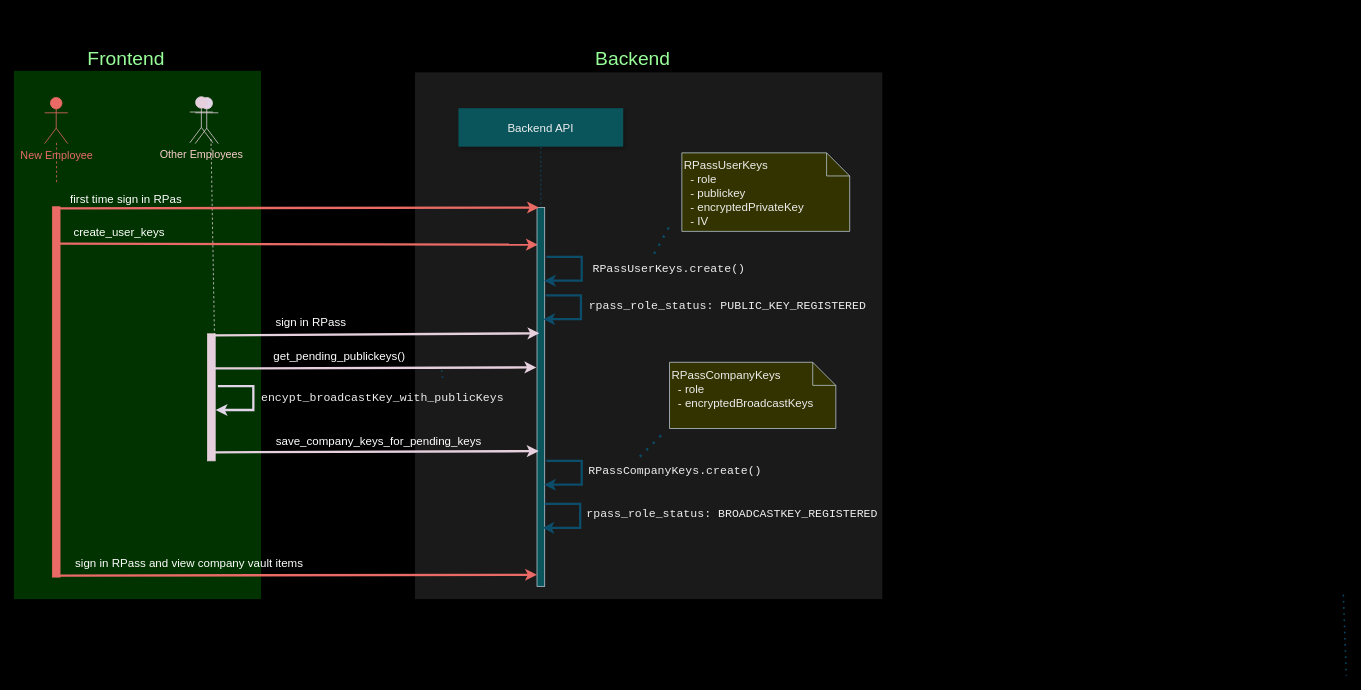
cxsun123/Spika-Android keeps this draw.io diagram as rpass_company_keys_generate.drawio. Above is the earlier version. Source tidied: cells renumbered, new cells numbered last; positions are measured from the earlier drawing's top-left corner, leaving out a move shared by most shapes. Both pictures are drawn from the tidied source at 77%, with x=0, y=0 at pixel (13, 13).
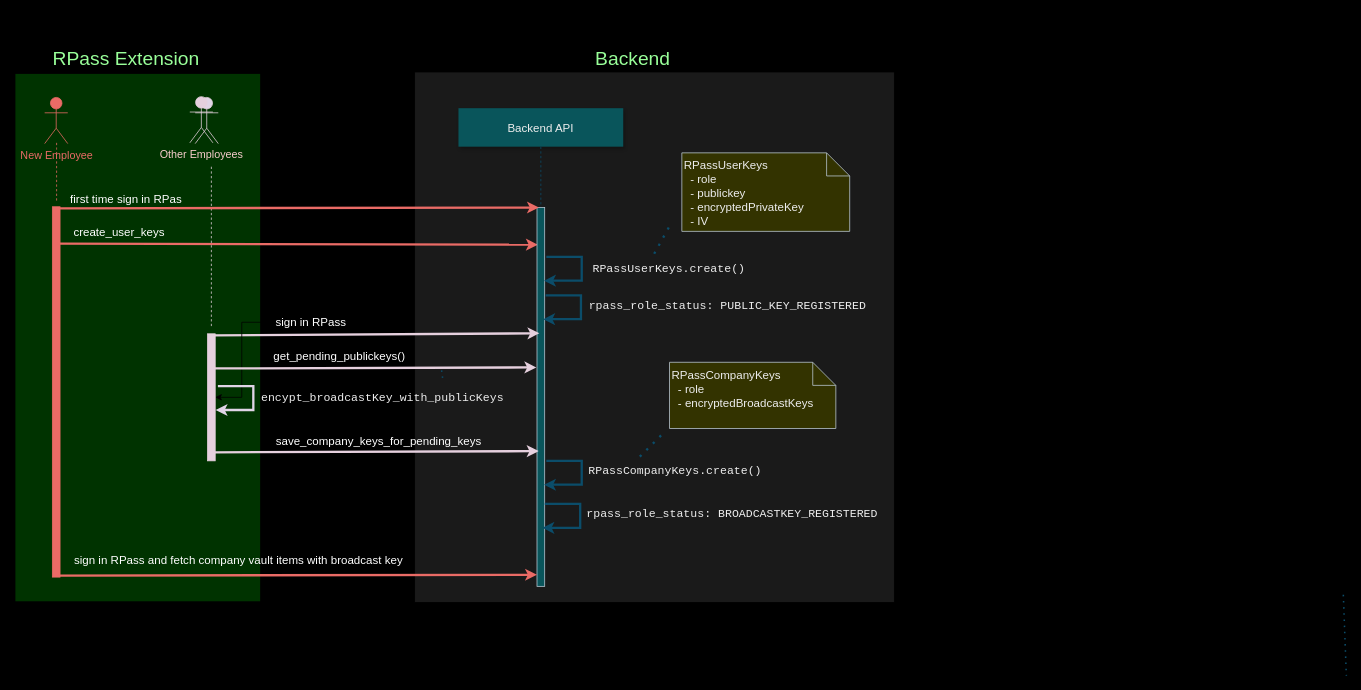
The same page after the edit.

The change refers to these unchanged cells:
```xml
<mxCell id="19" style="fillColor=#E6D0DE;strokeColor=#E6D0DE;fontSize=15;fontColor=#EEEEEE;labelBackgroundColor=none;" parent="1" vertex="1">
  <mxGeometry x="252" y="416" width="10" height="165" as="geometry" />
</mxCell>
<mxCell id="25" value="&lt;div style=&quot;font-size: 15px;&quot;&gt;&lt;pre style=&quot;text-align: right; font-size: 15px;&quot;&gt;&lt;font face=&quot;Helvetica&quot; color=&quot;#ffffff&quot;&gt;&lt;span style=&quot;white-space-collapse: collapse;&quot;&gt;sign in RPass&lt;/span&gt;&lt;/font&gt;&lt;/pre&gt;&lt;/div&gt;" style="text;html=1;align=center;verticalAlign=middle;points=[];strokeColor=none;fillColor=none;fontColor=#EEEEEE;labelBackgroundColor=none;fontSize=15;" parent="1" vertex="1">
  <mxGeometry x="331" y="371" width="110" height="60" as="geometry" />
</mxCell>
```

What changed in the source:
```diff
@@
     <mxCell id="2" style="rounded=0;whiteSpace=wrap;html=1;fillColor=#1A1A1A;" parent="1" vertex="1">
-      <mxGeometry x="521" y="76" width="608" height="685" as="geometry" />
+      <mxGeometry x="521" y="76" width="623" height="689" as="geometry" />
     </mxCell>
     <mxCell id="3" style="rounded=0;whiteSpace=wrap;html=1;fillColor=#003300;" parent="1" vertex="1">
-      <mxGeometry y="74" width="322" height="687" as="geometry" />
+      <mxGeometry x="2" y="78" width="319" height="686" as="geometry" />
     </mxCell>
@@
     <mxCell id="9" style="edgeStyle=elbowEdgeStyle;elbow=vertical;endArrow=none;dashed=1;strokeColor=#EA6B66;fontSize=15;fontColor=default;labelBackgroundColor=none;" parent="1" edge="1">
       <mxGeometry x="230" y="310" as="geometry">
         <mxPoint x="56" y="168" as="sourcePoint" />
-        <mxPoint x="56" y="221" as="targetPoint" />
+        <mxPoint x="56" y="244" as="targetPoint" />
         <Array as="points">
           <mxPoint x="56" y="181" />
         </Array>
       </mxGeometry>
     </mxCell>
@@
     <mxCell id="20" style="edgeStyle=none;endArrow=none;dashed=1;fontSize=15;fontColor=default;labelBackgroundColor=none;strokeColor=#E6D0DE;" parent="1" edge="1">
       <mxGeometry x="727.3" y="165" as="geometry">
-        <mxPoint x="256.5" y="163" as="sourcePoint" />
-        <mxPoint x="261" y="417" as="targetPoint" />
+        <mxPoint x="257" y="199" as="sourcePoint" />
+        <mxPoint x="257" y="406" as="targetPoint" />
       </mxGeometry>
     </mxCell>
-    <mxCell id="21" value="&lt;font color=&quot;#99ff99&quot; style=&quot;font-size: 25px;&quot;&gt;Frontend&lt;/font&gt;" style="text;html=1;align=center;verticalAlign=middle;strokeColor=none;fillColor=none;fontSize=25;" parent="1" vertex="1">
-      <mxGeometry x="86.5" y="36" width="118" height="42" as="geometry" />
+    <mxCell id="21" value="&lt;font color=&quot;#99ff99&quot; style=&quot;font-size: 25px;&quot;&gt;RPass Extension&lt;/font&gt;" style="text;html=1;align=center;verticalAlign=middle;strokeColor=none;fillColor=none;fontSize=25;" parent="1" vertex="1">
+      <mxGeometry x="41.5" y="36" width="208" height="42" as="geometry" />
     </mxCell>
@@
+    <mxCell id="46" style="edgeStyle=orthogonalEdgeStyle;rounded=0;jettySize=auto;html=1;" parent="1" edge="1" source="25" target="19">
+      <mxGeometry relative="1" as="geometry" />
+    </mxCell>
@@
-    <mxCell id="45" value="&lt;div style=&quot;font-size: 15px;&quot;&gt;&lt;pre style=&quot;text-align: right; font-size: 15px;&quot;&gt;&lt;font face=&quot;Helvetica&quot; color=&quot;#ffffff&quot;&gt;&lt;span style=&quot;white-space-collapse: collapse;&quot;&gt;sign in RPass and view company vault items&lt;/span&gt;&lt;/font&gt;&lt;/pre&gt;&lt;/div&gt;" style="text;html=1;align=center;verticalAlign=middle;strokeColor=none;fillColor=none;fontColor=#EEEEEE;labelBackgroundColor=none;fontSize=15;" parent="1" vertex="1">
-      <mxGeometry x="70.5" y="684" width="314" height="60" as="geometry" />
+    <mxCell id="45" value="&lt;div style=&quot;font-size: 15px;&quot;&gt;&lt;pre style=&quot;text-align: right; font-size: 15px;&quot;&gt;&lt;font face=&quot;Helvetica&quot; color=&quot;#ffffff&quot;&gt;&lt;span style=&quot;white-space-collapse: collapse;&quot;&gt;sign in RPass and fetch company vault items with broadcast key&lt;/span&gt;&lt;/font&gt;&lt;/pre&gt;&lt;/div&gt;" style="text;html=1;align=center;verticalAlign=middle;strokeColor=none;fillColor=none;fontColor=#EEEEEE;labelBackgroundColor=none;fontSize=15;" parent="1" vertex="1">
+      <mxGeometry x="69" y="681" width="445" height="60" as="geometry" />
     </mxCell>
```
